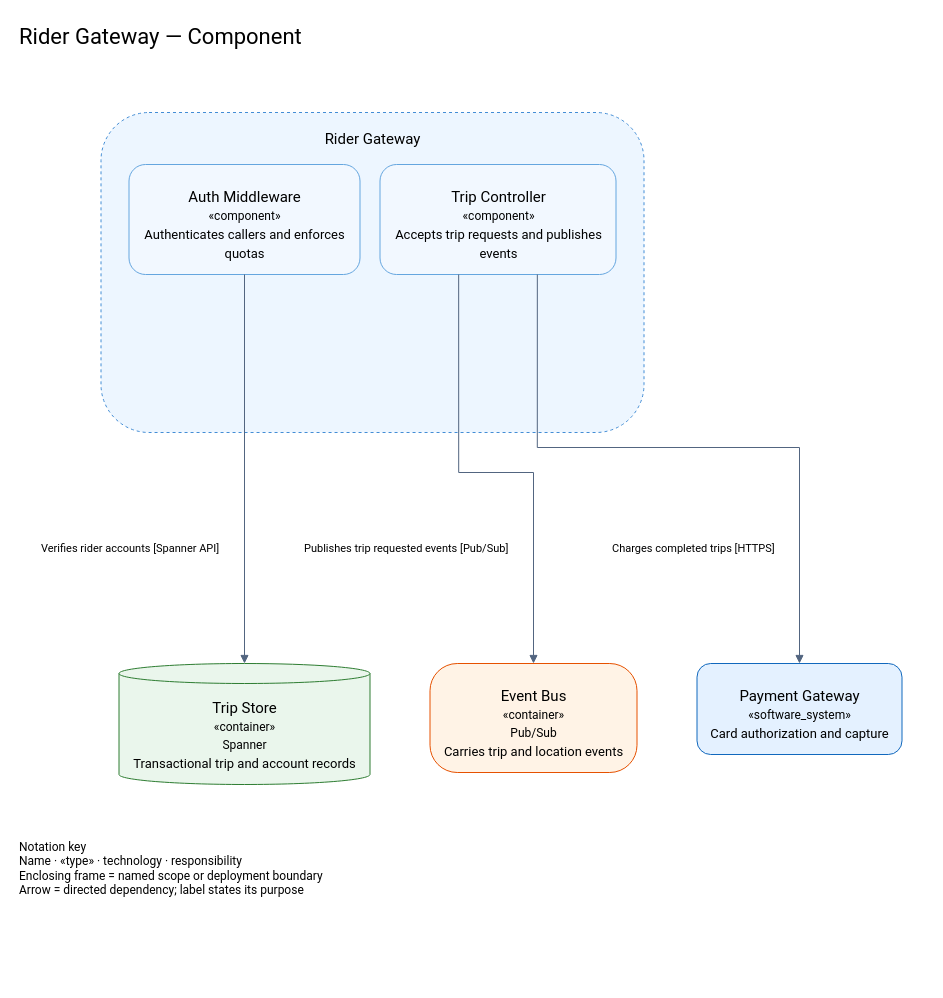
tyler59simon/architecture-suite-plugin keeps this draw.io diagram as examples/gcp-suite/c4-gcp/icon-style-legacy/03-components/component-rider-gateway.drawio. Above is the earlier version. Source tidied: cells renumbered, new cells numbered last; positions are measured from the earlier drawing's top-left corner, leaving out a move shared by most shapes. Both pictures are drawn from the tidied source at 100%, with x=0, y=0 at pixel (17, 17). Pictures stored in the file or linked from it are replaced by grey dashed boxes.
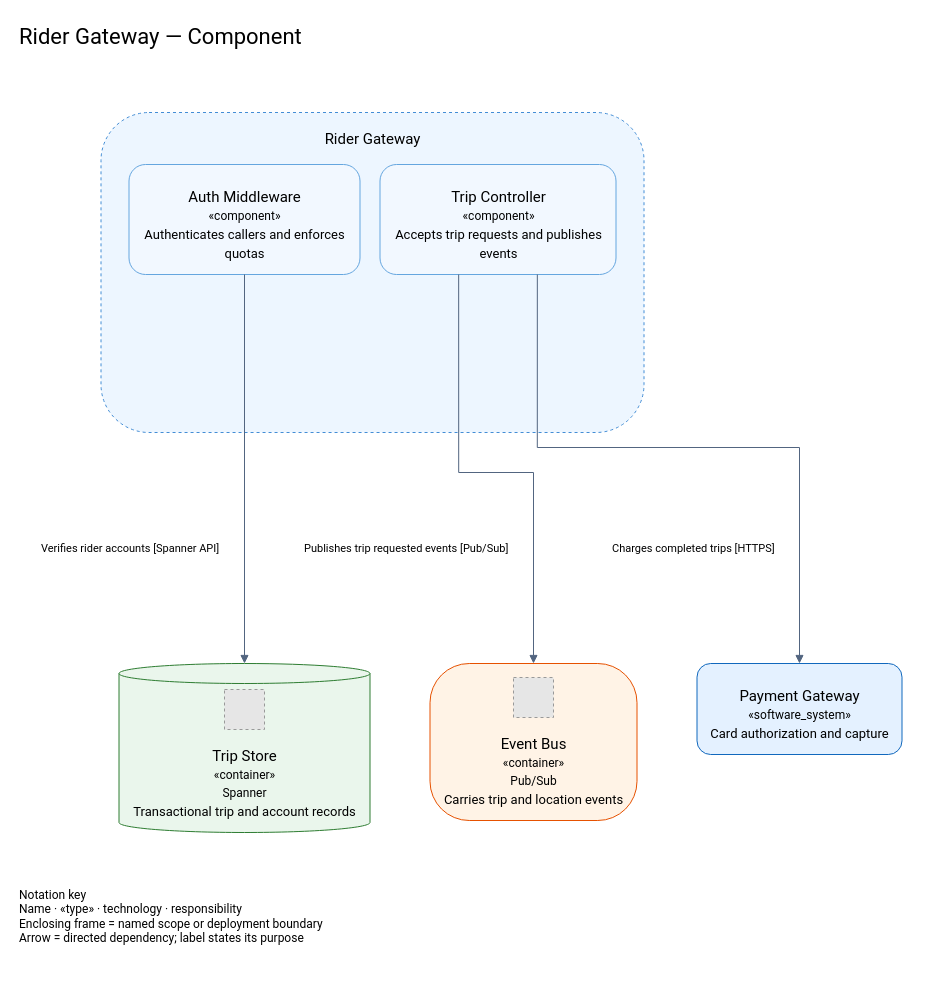
The same page after the edit.

Diff of the diagram source:
```diff
@@
     <mxCell id="7" style="rounded=1;arcSize=25;fillColor=#fff3e6;strokeColor=#e65100;dashed=0;" parent="1" vertex="1">
-      <mxGeometry x="412.5" y="646" width="207" height="109" as="geometry" />
+      <mxGeometry x="412.5" y="646" width="207" height="157" as="geometry" />
     </mxCell>
     <mxCell id="8" value="Event Bus" style="text;html=1;align=center;fontSize=15;fontFamily=Roboto;spacing=0;" parent="7" vertex="1">
-      <mxGeometry y="19" width="207" height="22" as="geometry" />
+      <mxGeometry y="67" width="207" height="22" as="geometry" />
     </mxCell>
     <mxCell id="9" value="«container»" style="text;html=1;align=center;fontSize=12;fontFamily=Roboto;spacing=0;" parent="7" vertex="1">
-      <mxGeometry y="40" width="207" height="18" as="geometry" />
+      <mxGeometry y="88" width="207" height="18" as="geometry" />
     </mxCell>
     <mxCell id="10" value="Pub/Sub" style="text;html=1;align=center;fontSize=12;fontFamily=Roboto;spacing=0;" parent="7" vertex="1">
-      <mxGeometry y="58" width="207" height="18" as="geometry" />
+      <mxGeometry y="106" width="207" height="18" as="geometry" />
     </mxCell>
     <mxCell id="11" value="Carries trip and location events" style="text;html=1;align=center;fontSize=13;fontFamily=Roboto;spacing=0;" parent="7" vertex="1">
-      <mxGeometry y="76" width="207" height="19" as="geometry" />
+      <mxGeometry y="124" width="207" height="19" as="geometry" />
     </mxCell>
+    <mxCell id="36" style="fillColor=#E6E6E6;strokeColor=#999999;dashed=1;" parent="7" vertex="1">
+      <mxGeometry x="83.5" y="14" width="40" height="40" as="geometry" />
+    </mxCell>
     <mxCell id="12" style="shape=cylinder3;boundedLbl=1;backgroundOutline=1;size=10;fillColor=#eaf6ec;strokeColor=#2e7d32;dashed=0;" parent="1" vertex="1">
-      <mxGeometry x="101.5" y="646" width="251" height="121" as="geometry" />
+      <mxGeometry x="101.5" y="646" width="251" height="169" as="geometry" />
     </mxCell>
     <mxCell id="13" value="Trip Store" style="text;html=1;align=center;fontSize=15;fontFamily=Roboto;spacing=0;" parent="12" vertex="1">
-      <mxGeometry y="31" width="251" height="22" as="geometry" />
+      <mxGeometry y="79" width="251" height="22" as="geometry" />
     </mxCell>
     <mxCell id="14" value="«container»" style="text;html=1;align=center;fontSize=12;fontFamily=Roboto;spacing=0;" parent="12" vertex="1">
-      <mxGeometry y="52" width="251" height="18" as="geometry" />
+      <mxGeometry y="100" width="251" height="18" as="geometry" />
     </mxCell>
     <mxCell id="15" value="Spanner" style="text;html=1;align=center;fontSize=12;fontFamily=Roboto;spacing=0;" parent="12" vertex="1">
-      <mxGeometry y="70" width="251" height="18" as="geometry" />
+      <mxGeometry y="118" width="251" height="18" as="geometry" />
     </mxCell>
     <mxCell id="16" value="Transactional trip and account records" style="text;html=1;align=center;fontSize=13;fontFamily=Roboto;spacing=0;" parent="12" vertex="1">
-      <mxGeometry y="88" width="251" height="19" as="geometry" />
+      <mxGeometry y="136" width="251" height="19" as="geometry" />
     </mxCell>
+    <mxCell id="37" style="fillColor=#E6E6E6;strokeColor=#999999;dashed=1;" parent="12" vertex="1">
+      <mxGeometry x="105.5" y="26" width="40" height="40" as="geometry" />
+    </mxCell>
@@
     <mxCell id="35" value="Notation key&lt;br&gt;Name · «type» · technology · responsibility&lt;br&gt;Enclosing frame = named scope or deployment boundary&lt;br&gt;Arrow = directed dependency; label states its purpose" style="text;html=1;align=left;fontSize=12;fontFamily=Roboto;" parent="1" vertex="1">
-      <mxGeometry y="816" width="560" height="100" as="geometry" />
+      <mxGeometry y="864" width="560" height="100" as="geometry" />
     </mxCell>
```
